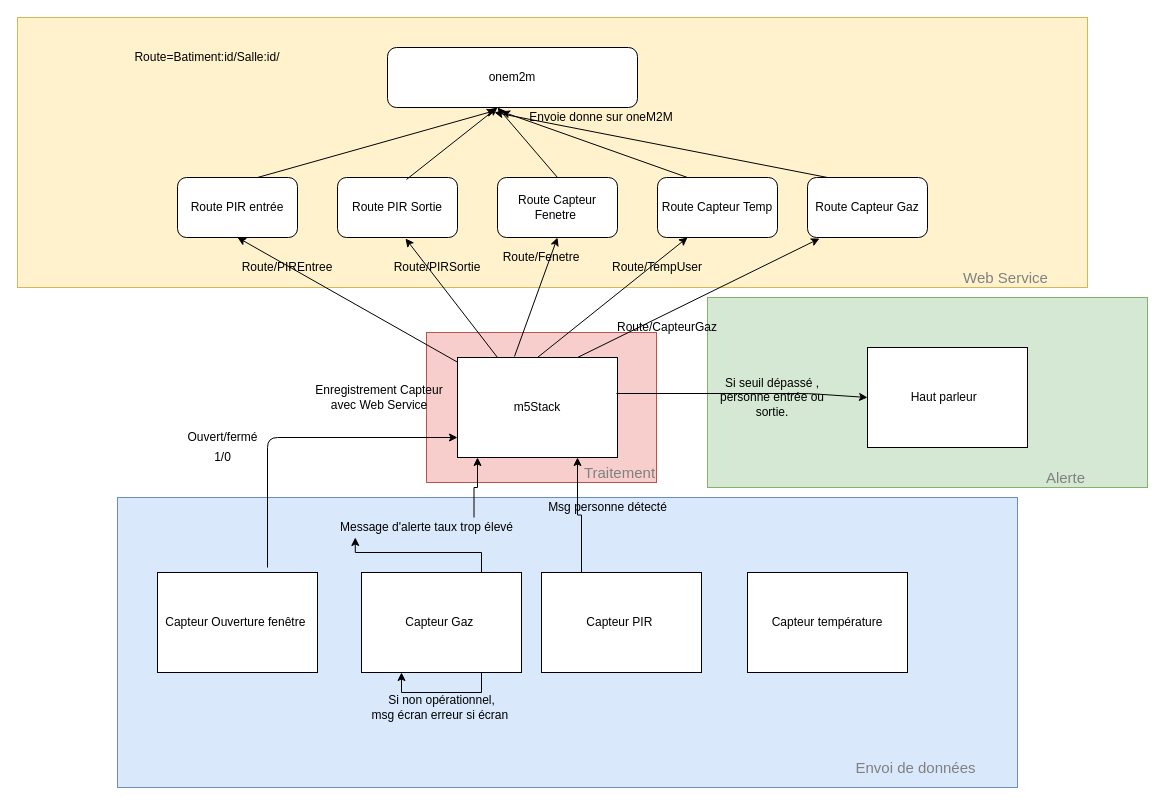
The draw.io diagram documentation/CharbonnelLens.drawio in LENSAlex/ProjetIotia, before the edit. Source tidied: cells renumbered, new cells numbered last; positions are measured from the earlier drawing's top-left corner, leaving out a move shared by most shapes. Both pictures are drawn from the tidied source at 100%, with x=0, y=0 at pixel (17, 17).
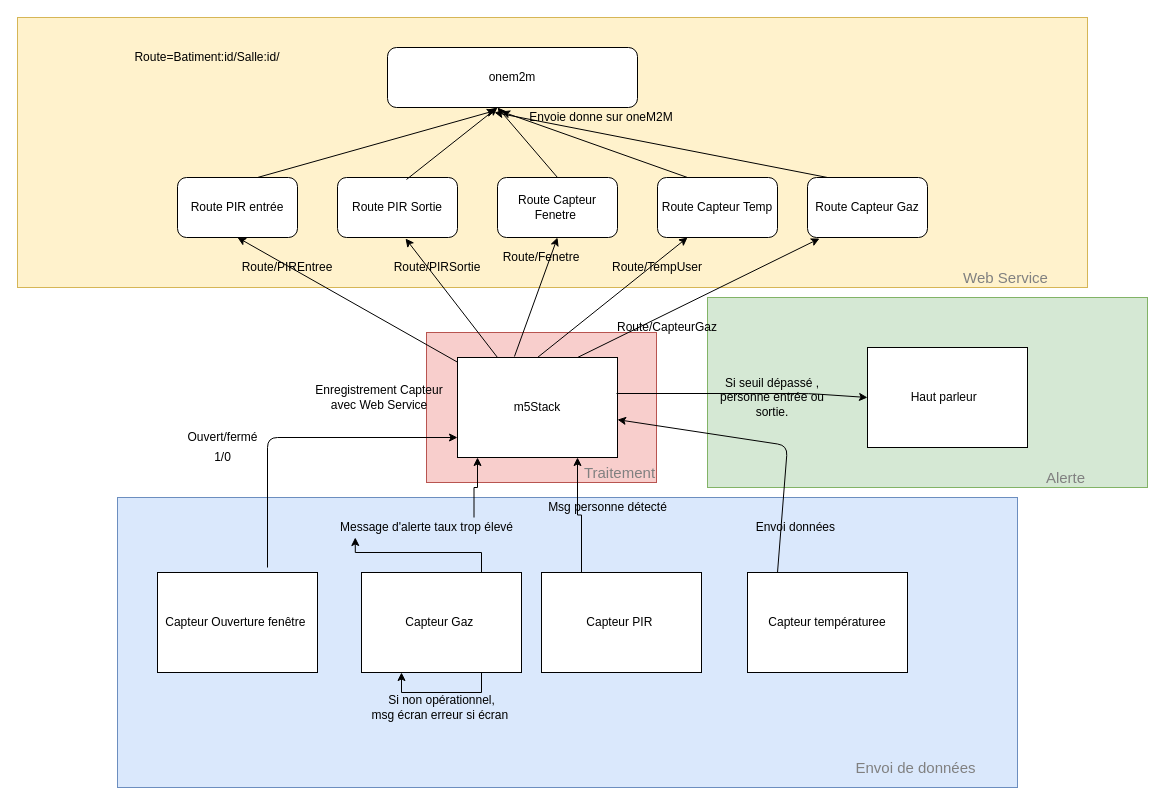
After the change.

Unchanged cells that the change refers to:
```xml
<mxCell id="6" value="m5Stack&lt;br&gt;" style="rounded=0;whiteSpace=wrap;html=1;" parent="1" vertex="1">
  <mxGeometry x="440" y="340" width="160" height="100" as="geometry" />
</mxCell>
```

The edit, as a diff of the source:
```diff
@@
+    <mxCell id="5" style="rounded=0;whiteSpace=wrap;html=1;fillColor=#dae8fc;strokeColor=#6c8ebf;" parent="1" vertex="1">
+      <mxGeometry x="100" y="480" width="900" height="290" as="geometry" />
+    </mxCell>
@@
-    <mxCell id="5" style="rounded=0;whiteSpace=wrap;html=1;fillColor=#dae8fc;strokeColor=#6c8ebf;" parent="1" vertex="1">
-      <mxGeometry x="100" y="480" width="900" height="290" as="geometry" />
-    </mxCell>
@@
-    <mxCell id="47" value="Capteur température" style="rounded=0;whiteSpace=wrap;html=1;" parent="1" vertex="1">
+    <mxCell id="47" value="Capteur températuree" style="rounded=0;whiteSpace=wrap;html=1;" parent="1" vertex="1">
       <mxGeometry x="730" y="555" width="160" height="100" as="geometry" />
     </mxCell>
@@
+    <mxCell id="52" style="endArrow=classic;html=1;" parent="1" edge="1" target="6">
+      <mxGeometry relative="1" as="geometry">
+        <mxPoint x="760" y="555" as="sourcePoint" />
+        <Array as="points">
+          <mxPoint x="770" y="428" />
+        </Array>
+      </mxGeometry>
+    </mxCell>
+    <mxCell id="53" value="Envoi données&amp;nbsp;" style="text;html=1;strokeColor=none;fillColor=none;align=center;verticalAlign=middle;whiteSpace=wrap;rounded=0;" parent="1" vertex="1">
+      <mxGeometry x="720" y="500" width="120" height="20" as="geometry" />
+    </mxCell>
```
